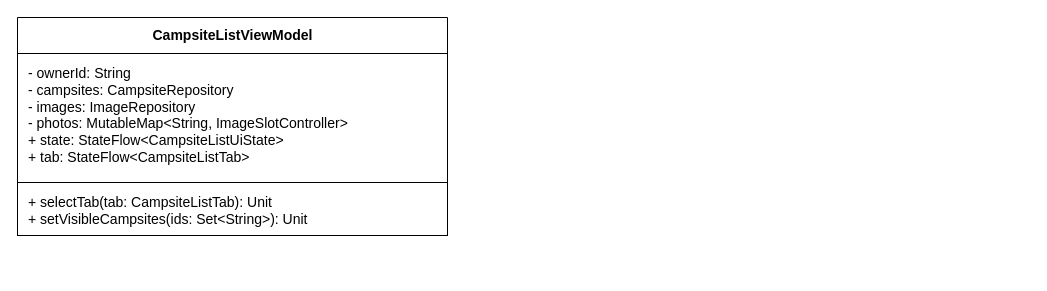
Above: page "U2B" (2 of 2) of doc/UML.drawio in CMPUT301F26stderr/stderr-campsbridge (draw.io), before the change. Source tidied: cells renumbered, new cells numbered last; positions are measured from the earlier drawing's top-left corner, leaving out a move shared by most shapes. Both pictures are drawn from the tidied source at 100%, with x=0, y=0 at pixel (17, 17).
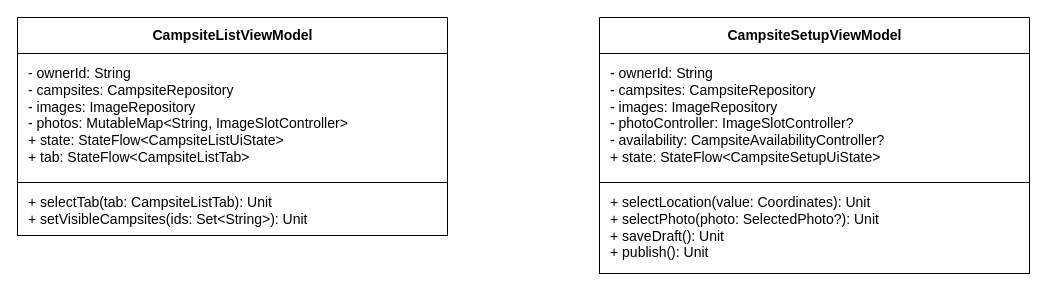
The same diagram, later.

What changed in the source:
```diff
@@
 <mxGraphModel>
   <root>
     <mxCell id="0" />
     <mxCell id="1" parent="0" />
     <mxCell id="2" value="&lt;b&gt;CampsiteListViewModel&lt;/b&gt;" style="html=1;rounded=0;fontFamily=Arial;fontSize=14;fontColor=#000000;strokeWidth=1;fillColor=#ffffff;strokeColor=#000000;shape=swimlane;startSize=36;swimlaneFillColor=#ffffff;" parent="1" vertex="1">
       <mxGeometry width="430" height="218" as="geometry" />
     </mxCell>
     <mxCell id="3" value="- ownerId: String&lt;br&gt;- campsites: CampsiteRepository&lt;br&gt;- images: ImageRepository&lt;br&gt;- photos: MutableMap&amp;lt;String, ImageSlotController&amp;gt;&lt;br&gt;+ state: StateFlow&amp;lt;CampsiteListUiState&amp;gt;&lt;br&gt;+ tab: StateFlow&amp;lt;CampsiteListTab&amp;gt;" style="html=1;rounded=0;fontFamily=Arial;fontSize=14;fontColor=#000000;strokeWidth=1;fillColor=#ffffff;strokeColor=#000000;align=left;verticalAlign=top;spacingLeft=9;spacingTop=5;" parent="2" vertex="1">
       <mxGeometry y="36" width="430" height="129" as="geometry" />
     </mxCell>
     <mxCell id="4" value="+ selectTab(tab: CampsiteListTab): Unit&lt;br&gt;+ setVisibleCampsites(ids: Set&amp;lt;String&amp;gt;): Unit" style="html=1;rounded=0;fontFamily=Arial;fontSize=14;fontColor=#000000;strokeWidth=1;fillColor=#ffffff;strokeColor=#000000;align=left;verticalAlign=top;spacingLeft=9;spacingTop=5;" parent="2" vertex="1">
       <mxGeometry y="165" width="430" height="53" as="geometry" />
     </mxCell>
+    <mxCell id="5" value="&lt;b&gt;CampsiteSetupViewModel&lt;/b&gt;" style="html=1;rounded=0;fontFamily=Arial;fontSize=14;fontColor=#000000;strokeWidth=1;fillColor=#ffffff;strokeColor=#000000;shape=swimlane;startSize=36;swimlaneFillColor=#ffffff;" parent="1" vertex="1">
+      <mxGeometry x="582" width="430" height="256" as="geometry" />
+    </mxCell>
+    <mxCell id="6" value="- ownerId: String&lt;br&gt;- campsites: CampsiteRepository&lt;br&gt;- images: ImageRepository&lt;br&gt;- photoController: ImageSlotController?&lt;br&gt;- availability: CampsiteAvailabilityController?&lt;br&gt;+ state: StateFlow&amp;lt;CampsiteSetupUiState&amp;gt;" style="html=1;rounded=0;fontFamily=Arial;fontSize=14;fontColor=#000000;strokeWidth=1;fillColor=#ffffff;strokeColor=#000000;align=left;verticalAlign=top;spacingLeft=9;spacingTop=5;" parent="5" vertex="1">
+      <mxGeometry y="36" width="430" height="129" as="geometry" />
+    </mxCell>
+    <mxCell id="7" value="+ selectLocation(value: Coordinates): Unit&lt;br&gt;+ selectPhoto(photo: SelectedPhoto?): Unit&lt;br&gt;+ saveDraft(): Unit&lt;br&gt;+ publish(): Unit" style="html=1;rounded=0;fontFamily=Arial;fontSize=14;fontColor=#000000;strokeWidth=1;fillColor=#ffffff;strokeColor=#000000;align=left;verticalAlign=top;spacingLeft=9;spacingTop=5;" parent="5" vertex="1">
+      <mxGeometry y="165" width="430" height="91" as="geometry" />
+    </mxCell>
   </root>
 </mxGraphModel>
```
